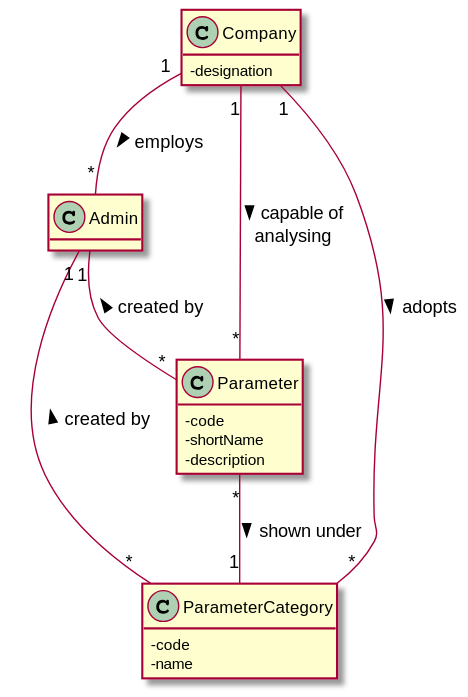
Before: docs/SprintC/US10/UC10_MD.svg, a diagram exported from PlantUML (GuilhermeCunha79/lapr2).
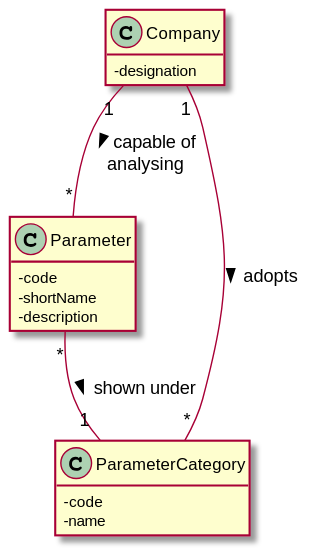
After the commit.

Diff of the diagram source:
```diff
@@ -6,9 +6,6 @@
 
 class Company {
   -designation
-}
-
-class Admin{
 }
 
 class Parameter{
@@ -22,11 +19,8 @@
     -name
 }
 
-Company"1" -- "*"Admin :> employs
 Company"1" -- "*"Parameter :> capable of \nanalysing
 Company"1" -- "*"ParameterCategory :> adopts
-Admin"1" -- "*"Parameter :< created by
 Parameter"*" -- "1"ParameterCategory :> shown under
-Admin"1" -- "*"ParameterCategory :< created by
 
 @enduml
```
